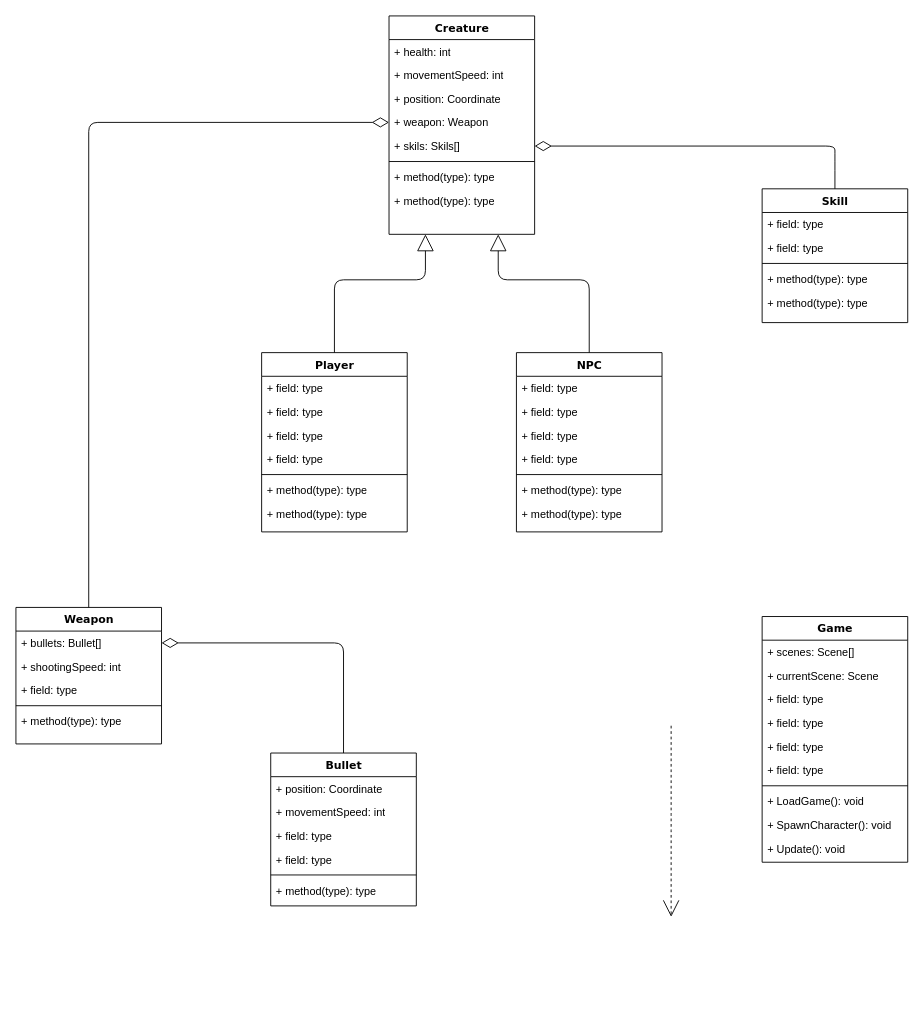
Above: wiki/uml-diagram/uml-diagram.drawio in Winterpuma/bmstu_team-development (draw.io), before the change. Source tidied: cells renumbered, new cells numbered last; positions are measured from the earlier drawing's top-left corner, leaving out a move shared by most shapes. Both pictures are drawn from the tidied source at 91%, with x=0, y=0 at pixel (15, 15).
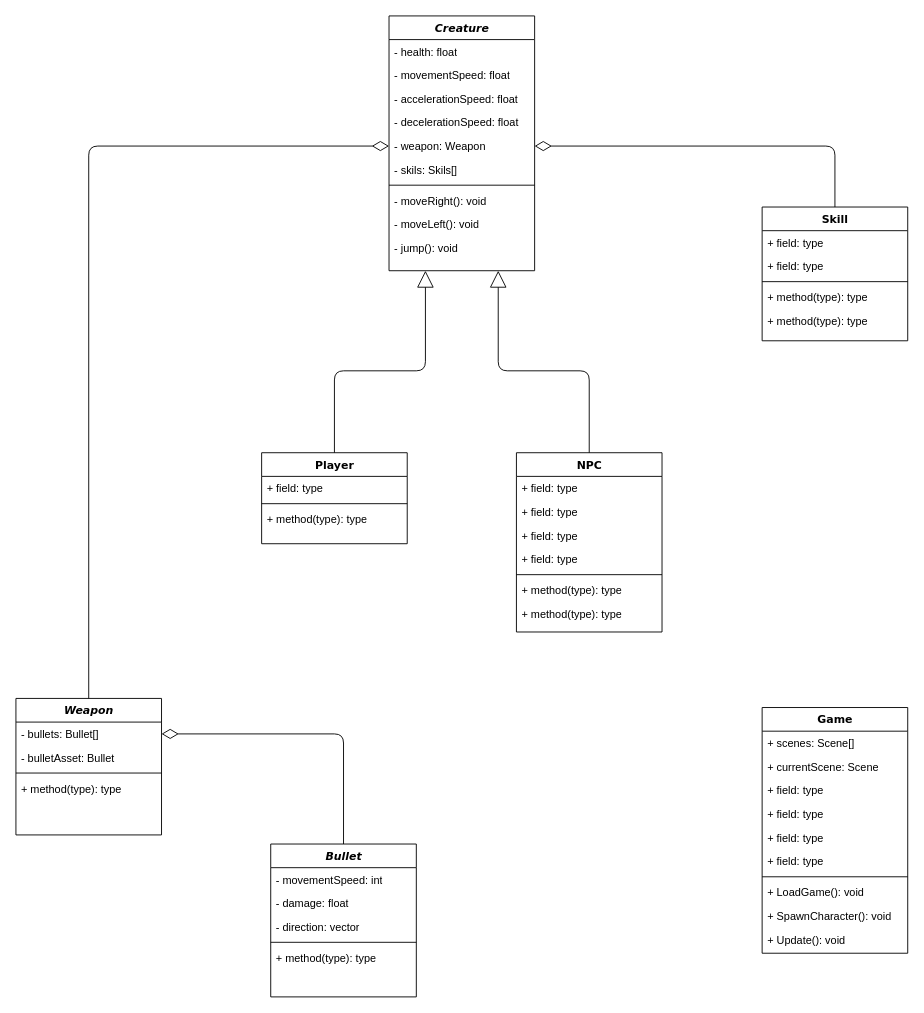
After the change.

Commit message:
Slighty changed UML #6

This is not the final version, need more time to finish it.
Atm fixed base creature class to make it possible to create Player and NPCs.

The edit, as a diff of the source:
```diff
@@
     <mxCell id="2" style="edgeStyle=orthogonalEdgeStyle;html=1;labelBackgroundColor=none;startFill=0;startSize=8;endArrow=diamondThin;endFill=0;endSize=16;fontFamily=Verdana;fontSize=12;entryX=1;entryY=0.5;entryDx=0;entryDy=0;exitX=0.5;exitY=0;exitDx=0;exitDy=0;" parent="1" edge="1" source="30" target="25">
       <mxGeometry relative="1" as="geometry">
         <Array as="points">
-          <mxPoint x="360" y="689" />
+          <mxPoint x="360" y="789" />
         </Array>
       </mxGeometry>
     </mxCell>
-    <mxCell id="3" value="Creature" style="swimlane;html=1;fontStyle=1;align=center;verticalAlign=top;horizontal=1;startSize=26;swimlaneFillColor=#ffffff;rounded=0;shadow=0;comic=0;labelBackgroundColor=none;strokeWidth=1;fillColor=none;fontFamily=Verdana;fontSize=12;" parent="1" vertex="1">
-      <mxGeometry x="410" width="160" height="240" as="geometry" />
+    <mxCell id="3" value="&lt;i&gt;Creature&lt;/i&gt;" style="swimlane;html=1;fontStyle=1;align=center;verticalAlign=top;horizontal=1;startSize=26;swimlaneFillColor=#ffffff;rounded=0;shadow=0;comic=0;labelBackgroundColor=none;strokeWidth=1;fillColor=none;fontFamily=Verdana;fontSize=12;" parent="1" vertex="1">
+      <mxGeometry x="410" width="160" height="280" as="geometry" />
     </mxCell>
-    <mxCell id="4" value="+ health: int" style="text;html=1;strokeColor=none;fillColor=none;align=left;verticalAlign=top;spacingLeft=4;spacingRight=4;whiteSpace=wrap;overflow=hidden;" parent="3" vertex="1">
+    <mxCell id="4" value="- health: float" style="text;html=1;strokeColor=none;fillColor=none;align=left;verticalAlign=top;spacingLeft=4;spacingRight=4;whiteSpace=wrap;overflow=hidden;" parent="3" vertex="1">
       <mxGeometry y="26" width="160" height="26" as="geometry" />
     </mxCell>
-    <mxCell id="5" value="+ movementSpeed: int" style="text;html=1;strokeColor=none;fillColor=none;align=left;verticalAlign=top;spacingLeft=4;spacingRight=4;whiteSpace=wrap;overflow=hidden;" parent="3" vertex="1">
+    <mxCell id="5" value="- movementSpeed: float" style="text;html=1;strokeColor=none;fillColor=none;align=left;verticalAlign=top;spacingLeft=4;spacingRight=4;whiteSpace=wrap;overflow=hidden;" parent="3" vertex="1">
       <mxGeometry y="52" width="160" height="26" as="geometry" />
     </mxCell>
-    <mxCell id="6" value="+ position: Coordinate" style="text;html=1;strokeColor=none;fillColor=none;align=left;verticalAlign=top;spacingLeft=4;spacingRight=4;whiteSpace=wrap;overflow=hidden;" parent="3" vertex="1">
-      <mxGeometry y="78" width="160" height="26" as="geometry" />
-    </mxCell>
+    <mxCell id="63" value="- accelerationSpeed: float" style="text;html=1;strokeColor=none;fillColor=none;align=left;verticalAlign=top;spacingLeft=4;spacingRight=4;whiteSpace=wrap;overflow=hidden;" parent="3" vertex="1">
+      <mxGeometry y="78" width="160" height="26" as="geometry" />
+    </mxCell>
+    <mxCell id="64" value="- decelerationSpeed: float" style="text;html=1;strokeColor=none;fillColor=none;align=left;verticalAlign=top;spacingLeft=4;spacingRight=4;whiteSpace=wrap;overflow=hidden;" parent="3" vertex="1">
+      <mxGeometry y="104" width="160" height="26" as="geometry" />
+    </mxCell>
-    <mxCell id="7" value="+ weapon: Weapon&lt;br&gt;" style="text;html=1;strokeColor=none;fillColor=none;align=left;verticalAlign=top;spacingLeft=4;spacingRight=4;whiteSpace=wrap;overflow=hidden;points=[[0,0.5],[1,0.5]];portConstraint=eastwest;" parent="3" vertex="1">
-      <mxGeometry y="104" width="160" height="26" as="geometry" />
+    <mxCell id="7" value="- weapon: Weapon" style="text;html=1;strokeColor=none;fillColor=none;align=left;verticalAlign=top;spacingLeft=4;spacingRight=4;whiteSpace=wrap;overflow=hidden;points=[[0,0.5],[1,0.5]];portConstraint=eastwest;" parent="3" vertex="1">
+      <mxGeometry y="130" width="160" height="26" as="geometry" />
     </mxCell>
-    <mxCell id="8" value="+ skils: Skils[]" style="text;html=1;strokeColor=none;fillColor=none;align=left;verticalAlign=top;spacingLeft=4;spacingRight=4;whiteSpace=wrap;overflow=hidden;points=[[0,0.5],[1,0.5]];portConstraint=eastwest;" parent="3" vertex="1">
-      <mxGeometry y="130" width="160" height="26" as="geometry" />
+    <mxCell id="8" value="- skils: Skils[]" style="text;html=1;strokeColor=none;fillColor=none;align=left;verticalAlign=top;spacingLeft=4;spacingRight=4;whiteSpace=wrap;overflow=hidden;points=[[0,0.5],[1,0.5]];portConstraint=eastwest;" parent="3" vertex="1">
+      <mxGeometry y="156" width="160" height="26" as="geometry" />
     </mxCell>
     <mxCell id="9" style="line;html=1;strokeWidth=1;fillColor=none;align=left;verticalAlign=middle;spacingTop=-1;spacingLeft=3;spacingRight=3;labelPosition=right;" parent="3" vertex="1">
-      <mxGeometry y="156" width="160" height="8" as="geometry" />
+      <mxGeometry y="182" width="160" height="8" as="geometry" />
     </mxCell>
-    <mxCell id="10" value="+ method(type): type" style="text;html=1;strokeColor=none;fillColor=none;align=left;verticalAlign=top;spacingLeft=4;spacingRight=4;whiteSpace=wrap;overflow=hidden;" parent="3" vertex="1">
-      <mxGeometry y="164" width="160" height="26" as="geometry" />
+    <mxCell id="10" value="- moveRight(): void" style="text;html=1;strokeColor=none;fillColor=none;align=left;verticalAlign=top;spacingLeft=4;spacingRight=4;whiteSpace=wrap;overflow=hidden;" parent="3" vertex="1">
+      <mxGeometry y="190" width="160" height="26" as="geometry" />
     </mxCell>
-    <mxCell id="11" value="+ method(type): type" style="text;html=1;strokeColor=none;fillColor=none;align=left;verticalAlign=top;spacingLeft=4;spacingRight=4;whiteSpace=wrap;overflow=hidden;" parent="3" vertex="1">
-      <mxGeometry y="190" width="160" height="26" as="geometry" />
+    <mxCell id="11" value="- moveLeft(): void" style="text;html=1;strokeColor=none;fillColor=none;align=left;verticalAlign=top;spacingLeft=4;spacingRight=4;whiteSpace=wrap;overflow=hidden;" parent="3" vertex="1">
+      <mxGeometry y="216" width="160" height="26" as="geometry" />
     </mxCell>
-    <mxCell id="12" style="edgeStyle=elbowEdgeStyle;html=1;labelBackgroundColor=none;startFill=0;startSize=8;endArrow=open;endFill=0;endSize=16;fontFamily=Verdana;fontSize=12;elbow=vertical;dashed=1;" parent="1" edge="1">
-      <mxGeometry relative="1" as="geometry">
-        <mxPoint x="720" y="780" as="sourcePoint" />
-        <mxPoint x="720" y="990" as="targetPoint" />
-      </mxGeometry>
-    </mxCell>
+    <mxCell id="65" value="- jump(): void" style="text;html=1;strokeColor=none;fillColor=none;align=left;verticalAlign=top;spacingLeft=4;spacingRight=4;whiteSpace=wrap;overflow=hidden;" parent="3" vertex="1">
+      <mxGeometry y="242" width="160" height="26" as="geometry" />
+    </mxCell>
     <mxCell id="13" value="Game" style="swimlane;html=1;fontStyle=1;align=center;verticalAlign=top;horizontal=1;startSize=26;swimlaneFillColor=#ffffff;rounded=0;shadow=0;comic=0;labelBackgroundColor=none;strokeWidth=1;fillColor=none;fontFamily=Verdana;fontSize=12;" parent="1" vertex="1">
-      <mxGeometry x="820" y="660" width="160" height="270" as="geometry" />
+      <mxGeometry x="820" y="760" width="160" height="270" as="geometry" />
     </mxCell>
@@
-    <mxCell id="24" value="Weapon" style="swimlane;html=1;fontStyle=1;align=center;verticalAlign=top;horizontal=1;startSize=26;swimlaneFillColor=#ffffff;rounded=0;shadow=0;comic=0;labelBackgroundColor=none;strokeWidth=1;fillColor=none;fontFamily=Verdana;fontSize=12;" parent="1" vertex="1">
-      <mxGeometry y="650" width="160" height="150" as="geometry" />
+    <mxCell id="24" value="&lt;i&gt;Weapon&lt;/i&gt;" style="swimlane;html=1;fontStyle=1;align=center;verticalAlign=top;horizontal=1;startSize=26;swimlaneFillColor=#ffffff;rounded=0;shadow=0;comic=0;labelBackgroundColor=none;strokeWidth=1;fillColor=none;fontFamily=Verdana;fontSize=12;" parent="1" vertex="1">
+      <mxGeometry y="750" width="160" height="150" as="geometry" />
     </mxCell>
-    <mxCell id="25" value="+ bullets: Bullet[]" style="text;html=1;strokeColor=none;fillColor=none;align=left;verticalAlign=top;spacingLeft=4;spacingRight=4;whiteSpace=wrap;overflow=hidden;points=[[0,0.5],[1,0.5]];portConstraint=eastwest;" parent="24" vertex="1">
+    <mxCell id="25" value="- bullets: Bullet[]" style="text;html=1;strokeColor=none;fillColor=none;align=left;verticalAlign=top;spacingLeft=4;spacingRight=4;whiteSpace=wrap;overflow=hidden;points=[[0,0.5],[1,0.5]];portConstraint=eastwest;" parent="24" vertex="1">
       <mxGeometry y="26" width="160" height="26" as="geometry" />
     </mxCell>
-    <mxCell id="26" value="+ shootingSpeed: int" style="text;html=1;strokeColor=none;fillColor=none;align=left;verticalAlign=top;spacingLeft=4;spacingRight=4;whiteSpace=wrap;overflow=hidden;" parent="24" vertex="1">
+    <mxCell id="26" value="- bulletAsset: Bullet" style="text;html=1;strokeColor=none;fillColor=none;align=left;verticalAlign=top;spacingLeft=4;spacingRight=4;whiteSpace=wrap;overflow=hidden;" parent="24" vertex="1">
       <mxGeometry y="52" width="160" height="26" as="geometry" />
     </mxCell>
-    <mxCell id="27" value="+ field: type" style="text;html=1;strokeColor=none;fillColor=none;align=left;verticalAlign=top;spacingLeft=4;spacingRight=4;whiteSpace=wrap;overflow=hidden;" parent="24" vertex="1">
-      <mxGeometry y="78" width="160" height="26" as="geometry" />
-    </mxCell>
     <mxCell id="28" style="line;html=1;strokeWidth=1;fillColor=none;align=left;verticalAlign=middle;spacingTop=-1;spacingLeft=3;spacingRight=3;labelPosition=right;" parent="24" vertex="1">
-      <mxGeometry y="104" width="160" height="8" as="geometry" />
+      <mxGeometry y="78" width="160" height="8" as="geometry" />
     </mxCell>
     <mxCell id="29" value="+ method(type): type" style="text;html=1;strokeColor=none;fillColor=none;align=left;verticalAlign=top;spacingLeft=4;spacingRight=4;whiteSpace=wrap;overflow=hidden;" parent="24" vertex="1">
-      <mxGeometry y="112" width="160" height="26" as="geometry" />
+      <mxGeometry y="86" width="160" height="26" as="geometry" />
     </mxCell>
-    <mxCell id="30" value="Bullet" style="swimlane;html=1;fontStyle=1;align=center;verticalAlign=top;horizontal=1;startSize=26;swimlaneFillColor=#ffffff;rounded=0;shadow=0;comic=0;labelBackgroundColor=none;strokeWidth=1;fillColor=none;fontFamily=Verdana;fontSize=12;" parent="1" vertex="1">
-      <mxGeometry x="280" y="810" width="160" height="168" as="geometry" />
+    <mxCell id="30" value="&lt;i&gt;Bullet&lt;/i&gt;" style="swimlane;html=1;fontStyle=1;align=center;verticalAlign=top;horizontal=1;startSize=26;swimlaneFillColor=#ffffff;rounded=0;shadow=0;comic=0;labelBackgroundColor=none;strokeWidth=1;fillColor=none;fontFamily=Verdana;fontSize=12;" parent="1" vertex="1">
+      <mxGeometry x="280" y="910" width="160" height="168" as="geometry" />
     </mxCell>
-    <mxCell id="31" value="+ position: Coordinate" style="text;html=1;strokeColor=none;fillColor=none;align=left;verticalAlign=top;spacingLeft=4;spacingRight=4;whiteSpace=wrap;overflow=hidden;" parent="30" vertex="1">
-      <mxGeometry y="26" width="160" height="26" as="geometry" />
-    </mxCell>
-    <mxCell id="32" value="+ movementSpeed: int" style="text;html=1;strokeColor=none;fillColor=none;align=left;verticalAlign=top;spacingLeft=4;spacingRight=4;whiteSpace=wrap;overflow=hidden;" parent="30" vertex="1">
-      <mxGeometry y="52" width="160" height="26" as="geometry" />
+    <mxCell id="32" value="- movementSpeed: int" style="text;html=1;strokeColor=none;fillColor=none;align=left;verticalAlign=top;spacingLeft=4;spacingRight=4;whiteSpace=wrap;overflow=hidden;" parent="30" vertex="1">
+      <mxGeometry y="26" width="160" height="26" as="geometry" />
     </mxCell>
-    <mxCell id="33" value="+ field: type" style="text;html=1;strokeColor=none;fillColor=none;align=left;verticalAlign=top;spacingLeft=4;spacingRight=4;whiteSpace=wrap;overflow=hidden;" parent="30" vertex="1">
-      <mxGeometry y="78" width="160" height="26" as="geometry" />
+    <mxCell id="33" value="- damage: float" style="text;html=1;strokeColor=none;fillColor=none;align=left;verticalAlign=top;spacingLeft=4;spacingRight=4;whiteSpace=wrap;overflow=hidden;" parent="30" vertex="1">
+      <mxGeometry y="52" width="160" height="26" as="geometry" />
     </mxCell>
-    <mxCell id="34" value="+ field: type" style="text;html=1;strokeColor=none;fillColor=none;align=left;verticalAlign=top;spacingLeft=4;spacingRight=4;whiteSpace=wrap;overflow=hidden;" parent="30" vertex="1">
-      <mxGeometry y="104" width="160" height="26" as="geometry" />
+    <mxCell id="34" value="- direction: vector" style="text;html=1;strokeColor=none;fillColor=none;align=left;verticalAlign=top;spacingLeft=4;spacingRight=4;whiteSpace=wrap;overflow=hidden;" parent="30" vertex="1">
+      <mxGeometry y="78" width="160" height="26" as="geometry" />
     </mxCell>
     <mxCell id="35" style="line;html=1;strokeWidth=1;fillColor=none;align=left;verticalAlign=middle;spacingTop=-1;spacingLeft=3;spacingRight=3;labelPosition=right;" parent="30" vertex="1">
-      <mxGeometry y="130" width="160" height="8" as="geometry" />
+      <mxGeometry y="104" width="160" height="8" as="geometry" />
     </mxCell>
     <mxCell id="36" value="+ method(type): type" style="text;html=1;strokeColor=none;fillColor=none;align=left;verticalAlign=top;spacingLeft=4;spacingRight=4;whiteSpace=wrap;overflow=hidden;" parent="30" vertex="1">
-      <mxGeometry y="138" width="160" height="26" as="geometry" />
+      <mxGeometry y="112" width="160" height="26" as="geometry" />
     </mxCell>
     <mxCell id="37" value="Skill" style="swimlane;html=1;fontStyle=1;align=center;verticalAlign=top;horizontal=1;startSize=26;swimlaneFillColor=#ffffff;rounded=0;shadow=0;comic=0;labelBackgroundColor=none;strokeWidth=1;fillColor=none;fontFamily=Verdana;fontSize=12;" parent="1" vertex="1">
-      <mxGeometry x="820" y="190" width="160" height="147" as="geometry" />
+      <mxGeometry x="820" y="210" width="160" height="147" as="geometry" />
     </mxCell>
@@
     <mxCell id="43" style="edgeStyle=orthogonalEdgeStyle;html=1;labelBackgroundColor=none;startFill=0;startSize=8;endArrow=block;endFill=0;endSize=16;fontFamily=Verdana;fontSize=12;entryX=0.25;entryY=1;entryDx=0;entryDy=0;exitX=0.5;exitY=0;exitDx=0;exitDy=0;" parent="1" edge="1" source="44" target="3">
       <mxGeometry relative="1" as="geometry">
         <Array as="points">
-          <mxPoint x="350" y="290" />
-          <mxPoint x="450" y="290" />
+          <mxPoint x="350" y="390" />
+          <mxPoint x="450" y="390" />
         </Array>
       </mxGeometry>
     </mxCell>
     <mxCell id="44" value="Player" style="swimlane;html=1;fontStyle=1;align=center;verticalAlign=top;horizontal=1;startSize=26;swimlaneFillColor=#ffffff;rounded=0;shadow=0;comic=0;labelBackgroundColor=none;strokeWidth=1;fillColor=none;fontFamily=Verdana;fontSize=12;" parent="1" vertex="1">
-      <mxGeometry x="270" y="370" width="160" height="197" as="geometry" />
+      <mxGeometry x="270" y="480" width="160" height="100" as="geometry" />
     </mxCell>
-    <mxCell id="45" value="+ field: type" style="text;html=1;strokeColor=none;fillColor=none;align=left;verticalAlign=top;spacingLeft=4;spacingRight=4;whiteSpace=wrap;overflow=hidden;" parent="44" vertex="1">
-      <mxGeometry y="26" width="160" height="26" as="geometry" />
-    </mxCell>
-    <mxCell id="46" value="+ field: type" style="text;html=1;strokeColor=none;fillColor=none;align=left;verticalAlign=top;spacingLeft=4;spacingRight=4;whiteSpace=wrap;overflow=hidden;" parent="44" vertex="1">
-      <mxGeometry y="52" width="160" height="26" as="geometry" />
-    </mxCell>
-    <mxCell id="47" value="+ field: type" style="text;html=1;strokeColor=none;fillColor=none;align=left;verticalAlign=top;spacingLeft=4;spacingRight=4;whiteSpace=wrap;overflow=hidden;" parent="44" vertex="1">
-      <mxGeometry y="78" width="160" height="26" as="geometry" />
-    </mxCell>
     <mxCell id="48" value="+ field: type" style="text;html=1;strokeColor=none;fillColor=none;align=left;verticalAlign=top;spacingLeft=4;spacingRight=4;whiteSpace=wrap;overflow=hidden;" parent="44" vertex="1">
-      <mxGeometry y="104" width="160" height="26" as="geometry" />
+      <mxGeometry y="26" width="160" height="26" as="geometry" />
     </mxCell>
     <mxCell id="49" style="line;html=1;strokeWidth=1;fillColor=none;align=left;verticalAlign=middle;spacingTop=-1;spacingLeft=3;spacingRight=3;labelPosition=right;" parent="44" vertex="1">
-      <mxGeometry y="130" width="160" height="8" as="geometry" />
+      <mxGeometry y="52" width="160" height="8" as="geometry" />
     </mxCell>
-    <mxCell id="50" value="+ method(type): type" style="text;html=1;strokeColor=none;fillColor=none;align=left;verticalAlign=top;spacingLeft=4;spacingRight=4;whiteSpace=wrap;overflow=hidden;" parent="44" vertex="1">
-      <mxGeometry y="138" width="160" height="26" as="geometry" />
-    </mxCell>
     <mxCell id="51" value="+ method(type): type" style="text;html=1;strokeColor=none;fillColor=none;align=left;verticalAlign=top;spacingLeft=4;spacingRight=4;whiteSpace=wrap;overflow=hidden;" parent="44" vertex="1">
-      <mxGeometry y="164" width="160" height="26" as="geometry" />
+      <mxGeometry y="60" width="160" height="26" as="geometry" />
     </mxCell>
     <mxCell id="52" value="NPC" style="swimlane;html=1;fontStyle=1;align=center;verticalAlign=top;horizontal=1;startSize=26;swimlaneFillColor=#ffffff;rounded=0;shadow=0;comic=0;labelBackgroundColor=none;strokeWidth=1;fillColor=none;fontFamily=Verdana;fontSize=12;" parent="1" vertex="1">
-      <mxGeometry x="550" y="370" width="160" height="197" as="geometry" />
+      <mxGeometry x="550" y="480" width="160" height="197" as="geometry" />
     </mxCell>
@@
     <mxCell id="60" style="edgeStyle=orthogonalEdgeStyle;html=1;labelBackgroundColor=none;startFill=0;startSize=8;endArrow=block;endFill=0;endSize=16;fontFamily=Verdana;fontSize=12;entryX=0.75;entryY=1;entryDx=0;entryDy=0;exitX=0.5;exitY=0;exitDx=0;exitDy=0;" parent="1" edge="1" source="52" target="3">
       <mxGeometry relative="1" as="geometry">
         <Array as="points">
-          <mxPoint x="630" y="290" />
-          <mxPoint x="530" y="290" />
+          <mxPoint x="630" y="390" />
+          <mxPoint x="530" y="390" />
         </Array>
       </mxGeometry>
     </mxCell>
     <mxCell id="61" style="edgeStyle=orthogonalEdgeStyle;html=1;labelBackgroundColor=none;startFill=0;startSize=8;endArrow=diamondThin;endFill=0;endSize=16;fontFamily=Verdana;fontSize=12;exitX=0.5;exitY=0;exitDx=0;exitDy=0;entryX=0;entryY=0.5;entryDx=0;entryDy=0;" parent="1" edge="1" source="24" target="7">
       <mxGeometry relative="1" as="geometry">
         <Array as="points">
-          <mxPoint x="80" y="117" />
+          <mxPoint x="80" y="143" />
         </Array>
       </mxGeometry>
     </mxCell>
-    <mxCell id="62" style="edgeStyle=orthogonalEdgeStyle;html=1;labelBackgroundColor=none;startFill=0;startSize=8;endArrow=diamondThin;endFill=0;endSize=16;fontFamily=Verdana;fontSize=12;entryX=1;entryY=0.5;entryDx=0;entryDy=0;exitX=0.5;exitY=0;exitDx=0;exitDy=0;" parent="1" edge="1" source="37" target="8">
+    <mxCell id="62" style="edgeStyle=orthogonalEdgeStyle;html=1;labelBackgroundColor=none;startFill=0;startSize=8;endArrow=diamondThin;endFill=0;endSize=16;fontFamily=Verdana;fontSize=12;entryX=1;entryY=0.5;entryDx=0;entryDy=0;exitX=0.5;exitY=0;exitDx=0;exitDy=0;" parent="1" edge="1" source="37" target="7">
       <mxGeometry relative="1" as="geometry">
         <Array as="points">
-          <mxPoint x="900" y="160" />
           <mxPoint x="900" y="143" />
         </Array>
       </mxGeometry>
     </mxCell>
```
